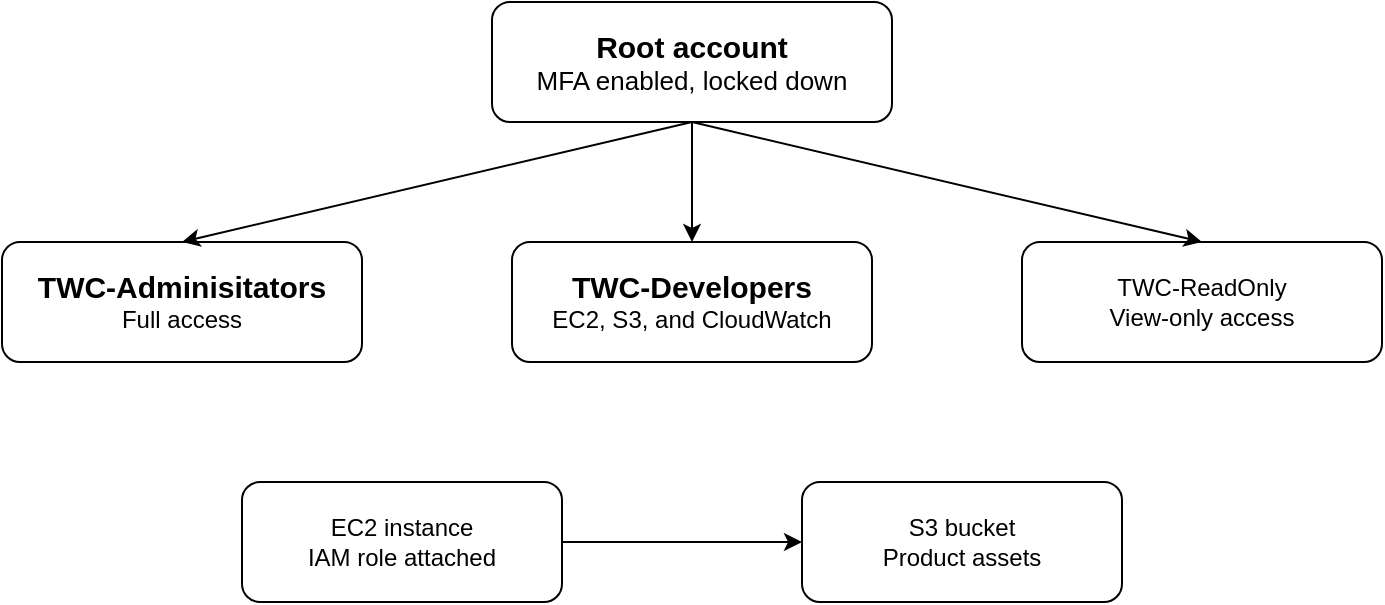
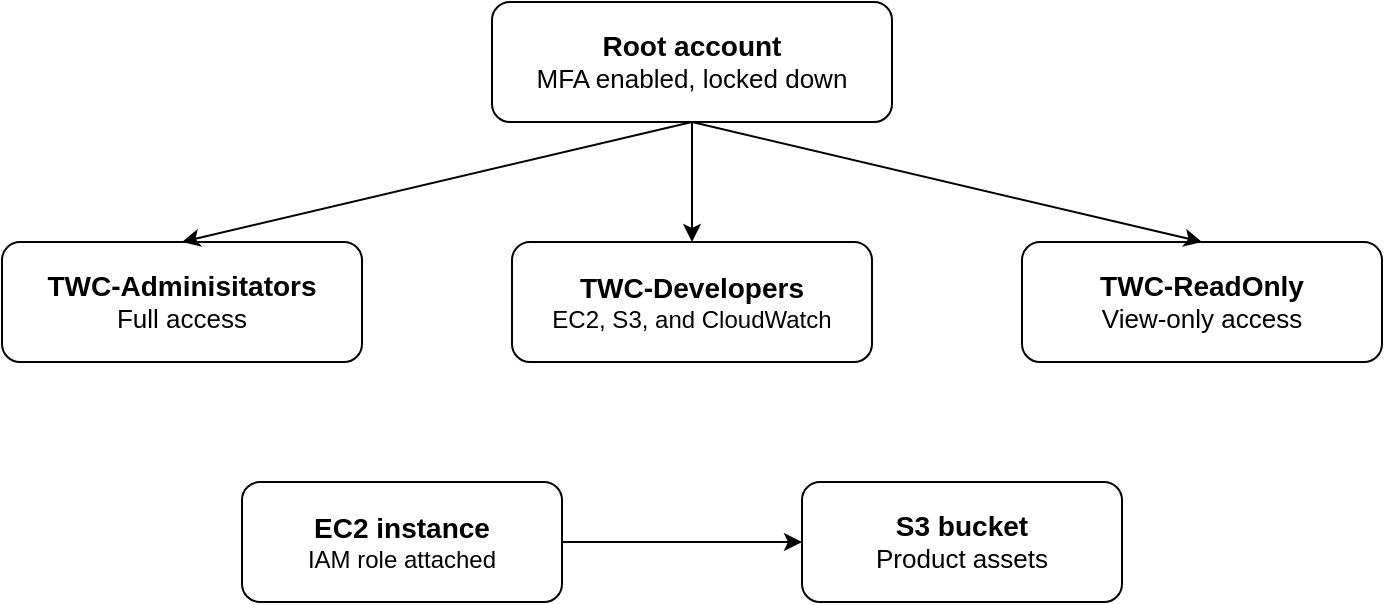
<mxfile host="app.diagrams.net">
  <diagram name="Page-1" id="5Vqy2oQavXK06omjqqgB">
    <mxGraphModel dx="1174" dy="635" grid="1" gridSize="10" guides="1" tooltips="1" connect="1" arrows="1" fold="1" page="1" pageScale="1" pageWidth="850" pageHeight="1100" math="0" shadow="0">
      <root>
        <mxCell id="0" />
        <mxCell id="1" parent="0" />
-         <mxCell id="uq2NgA4z6IwvU1Z_H7Wr-1" parent="1" style="rounded=1;whiteSpace=wrap;html=1;" value="&lt;div&gt;&lt;b&gt;&lt;font style=&quot;font-size: 15px;&quot;&gt;Root account&lt;/font&gt;&lt;/b&gt;&lt;/div&gt;&lt;font style=&quot;font-size: 13px;&quot;&gt;MFA enabled, locked down&lt;/font&gt;" vertex="1">
+         <mxCell id="uq2NgA4z6IwvU1Z_H7Wr-1" parent="1" style="rounded=1;whiteSpace=wrap;html=1;" value="&lt;div&gt;&lt;font style=&quot;font-size: 14px;&quot;&gt;&lt;b&gt;&lt;font&gt;Root account&lt;/font&gt;&lt;/b&gt;&lt;/font&gt;&lt;/div&gt;&lt;font style=&quot;font-size: 13px;&quot;&gt;MFA enabled, locked down&lt;/font&gt;" vertex="1">
          <mxGeometry height="60" width="200" x="325" y="200" as="geometry" />
        </mxCell>
-         <mxCell id="M2qwHpEOU-4SUN7A3_y7-1" parent="1" style="rounded=1;whiteSpace=wrap;html=1;" value="&lt;div&gt;&lt;b&gt;&lt;font style=&quot;font-size: 15px;&quot;&gt;TWC-Adminisitators&lt;/font&gt;&lt;/b&gt;&lt;/div&gt;&lt;div&gt;Full access&lt;/div&gt;" vertex="1">
+         <mxCell id="M2qwHpEOU-4SUN7A3_y7-1" parent="1" style="rounded=1;whiteSpace=wrap;html=1;" value="&lt;div&gt;&lt;font style=&quot;font-size: 14px;&quot;&gt;&lt;b&gt;&lt;font&gt;TWC-Adminisitators&lt;/font&gt;&lt;/b&gt;&lt;/font&gt;&lt;/div&gt;&lt;div&gt;&lt;font style=&quot;font-size: 13px;&quot;&gt;Full access&lt;/font&gt;&lt;/div&gt;" vertex="1">
          <mxGeometry height="60" width="180" x="80" y="320" as="geometry" />
        </mxCell>
-         <mxCell id="M2qwHpEOU-4SUN7A3_y7-4" parent="1" style="rounded=1;whiteSpace=wrap;html=1;" value="&lt;div&gt;S3 bucket&lt;/div&gt;Product assets" vertex="1">
+         <mxCell id="M2qwHpEOU-4SUN7A3_y7-4" parent="1" style="rounded=1;whiteSpace=wrap;html=1;" value="&lt;div&gt;&lt;b&gt;&lt;font style=&quot;font-size: 14px;&quot;&gt;S3 bucket&lt;/font&gt;&lt;/b&gt;&lt;/div&gt;&lt;font style=&quot;font-size: 13px;&quot;&gt;Product assets&lt;/font&gt;" vertex="1">
          <mxGeometry height="60" width="160" x="480" y="440" as="geometry" />
        </mxCell>
-         <mxCell id="M2qwHpEOU-4SUN7A3_y7-5" parent="1" style="rounded=1;whiteSpace=wrap;html=1;" value="&lt;div&gt;EC2 instance&lt;/div&gt;&lt;div&gt;IAM role attached&lt;/div&gt;" vertex="1">
+         <mxCell id="M2qwHpEOU-4SUN7A3_y7-5" parent="1" style="rounded=1;whiteSpace=wrap;html=1;" value="&lt;div&gt;&lt;font style=&quot;font-size: 14px;&quot;&gt;&lt;b&gt;&lt;font&gt;EC2 instance&lt;/font&gt;&lt;/b&gt;&lt;/font&gt;&lt;/div&gt;&lt;div&gt;IAM role attached&lt;/div&gt;" vertex="1">
          <mxGeometry height="60" width="160" x="200" y="440" as="geometry" />
        </mxCell>
-         <mxCell id="M2qwHpEOU-4SUN7A3_y7-6" parent="1" style="rounded=1;whiteSpace=wrap;html=1;" value="&lt;div&gt;TWC-ReadOnly&lt;/div&gt;&lt;div&gt;View-only access&lt;/div&gt;" vertex="1">
+         <mxCell id="M2qwHpEOU-4SUN7A3_y7-6" parent="1" style="rounded=1;whiteSpace=wrap;html=1;" value="&lt;div&gt;&lt;font style=&quot;font-size: 14px;&quot;&gt;&lt;b&gt;&lt;font&gt;TWC-ReadOnly&lt;/font&gt;&lt;/b&gt;&lt;/font&gt;&lt;/div&gt;&lt;div&gt;&lt;font style=&quot;font-size: 13px;&quot;&gt;View-only access&lt;/font&gt;&lt;/div&gt;" vertex="1">
          <mxGeometry height="60" width="180" x="590" y="320" as="geometry" />
        </mxCell>
-         <mxCell id="M2qwHpEOU-4SUN7A3_y7-7" parent="1" style="rounded=1;whiteSpace=wrap;html=1;" value="&lt;div&gt;&lt;font style=&quot;font-size: 15px;&quot;&gt;&lt;b&gt;&lt;font&gt;TWC-Developers&lt;/font&gt;&lt;/b&gt;&lt;/font&gt;&lt;/div&gt;&lt;div&gt;EC2, S3, and CloudWatch&lt;/div&gt;" vertex="1">
+         <mxCell id="M2qwHpEOU-4SUN7A3_y7-7" parent="1" style="rounded=1;whiteSpace=wrap;html=1;" value="&lt;div&gt;&lt;font style=&quot;font-size: 14px;&quot;&gt;&lt;b&gt;&lt;font&gt;TWC-Developers&lt;/font&gt;&lt;/b&gt;&lt;/font&gt;&lt;/div&gt;&lt;div&gt;EC2, S3, and CloudWatch&lt;/div&gt;" vertex="1">
          <mxGeometry height="60" width="180" x="335" y="320" as="geometry" />
        </mxCell>
        <mxCell id="M2qwHpEOU-4SUN7A3_y7-8" edge="1" parent="1" source="uq2NgA4z6IwvU1Z_H7Wr-1" style="endArrow=classic;html=1;rounded=0;exitX=0.5;exitY=1;exitDx=0;exitDy=0;entryX=0.5;entryY=0;entryDx=0;entryDy=0;" target="M2qwHpEOU-4SUN7A3_y7-1" value="">
          <mxGeometry height="50" relative="1" width="50" as="geometry">
            <mxPoint x="180" y="255" as="sourcePoint" />
            <mxPoint x="140" y="290" as="targetPoint" />
          </mxGeometry>
        </mxCell>
        <mxCell id="M2qwHpEOU-4SUN7A3_y7-9" edge="1" parent="1" source="uq2NgA4z6IwvU1Z_H7Wr-1" style="endArrow=classic;html=1;rounded=0;exitX=0.5;exitY=1;exitDx=0;exitDy=0;entryX=0.5;entryY=0;entryDx=0;entryDy=0;" target="M2qwHpEOU-4SUN7A3_y7-7" value="">
          <mxGeometry height="50" relative="1" width="50" as="geometry">
            <mxPoint x="350" y="280" as="sourcePoint" />
            <mxPoint x="310" y="315" as="targetPoint" />
          </mxGeometry>
        </mxCell>
        <mxCell id="M2qwHpEOU-4SUN7A3_y7-10" edge="1" parent="1" source="uq2NgA4z6IwvU1Z_H7Wr-1" style="endArrow=classic;html=1;rounded=0;exitX=0.5;exitY=1;exitDx=0;exitDy=0;entryX=0.5;entryY=0;entryDx=0;entryDy=0;" target="M2qwHpEOU-4SUN7A3_y7-6" value="">
          <mxGeometry height="50" relative="1" width="50" as="geometry">
            <mxPoint x="670" y="260" as="sourcePoint" />
            <mxPoint x="630" y="295" as="targetPoint" />
          </mxGeometry>
        </mxCell>
        <mxCell id="M2qwHpEOU-4SUN7A3_y7-11" edge="1" parent="1" source="M2qwHpEOU-4SUN7A3_y7-5" style="endArrow=classic;html=1;rounded=0;exitX=1;exitY=0.5;exitDx=0;exitDy=0;entryX=0;entryY=0.5;entryDx=0;entryDy=0;" target="M2qwHpEOU-4SUN7A3_y7-4" value="">
          <mxGeometry height="50" relative="1" width="50" as="geometry">
            <mxPoint x="380" y="470" as="sourcePoint" />
            <mxPoint x="460" y="470" as="targetPoint" />
          </mxGeometry>
        </mxCell>
      </root>
    </mxGraphModel>
  </diagram>
</mxfile>
